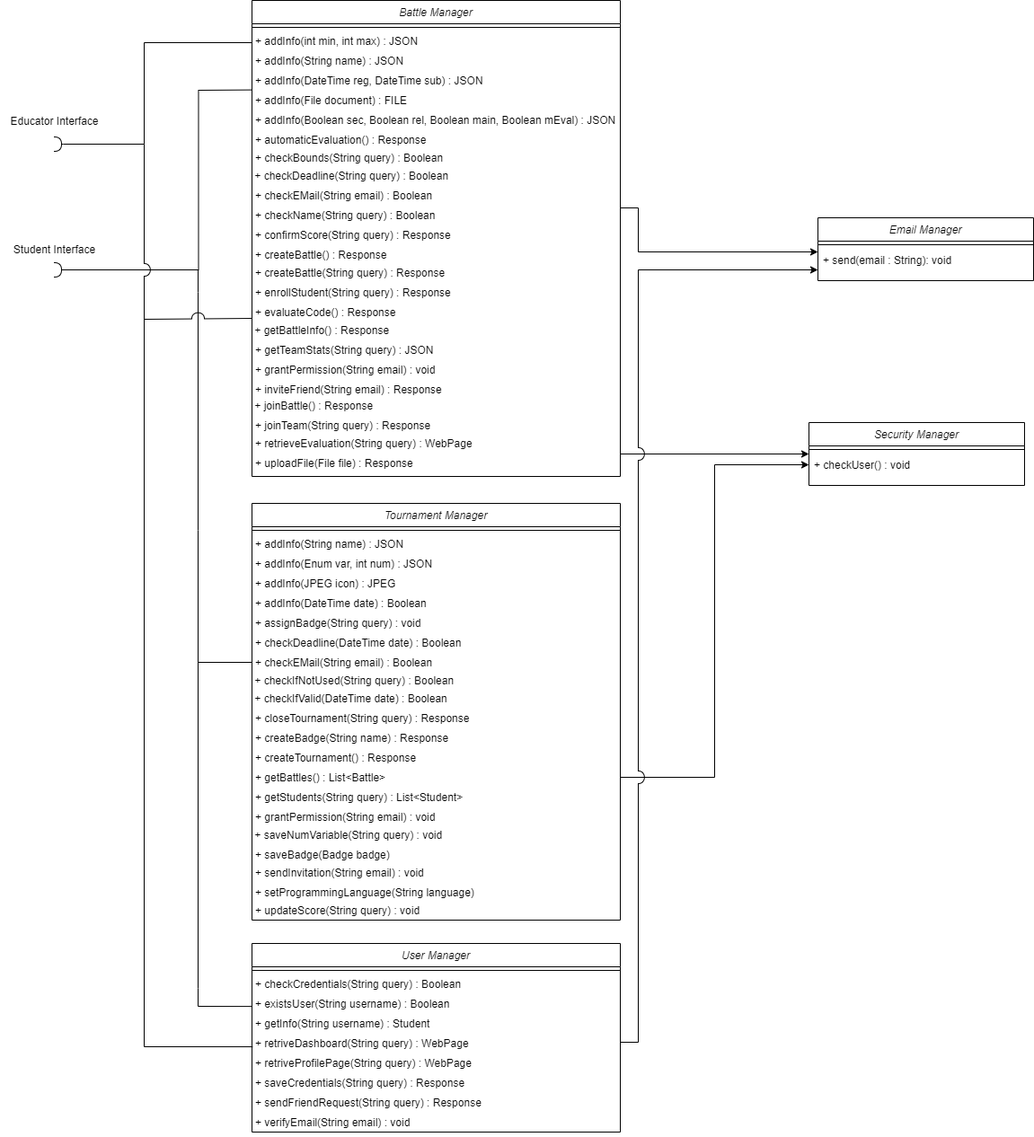
The draw.io diagram DD/Images/Diagrams/ComponentInterfaces.png in emanuelegreco29/SE2-GentiliGrecoGrilli, before a commit. Source tidied: cells renumbered, new cells last; positions are measured from the earlier drawing's top-left corner, leaving out a move shared by most shapes.
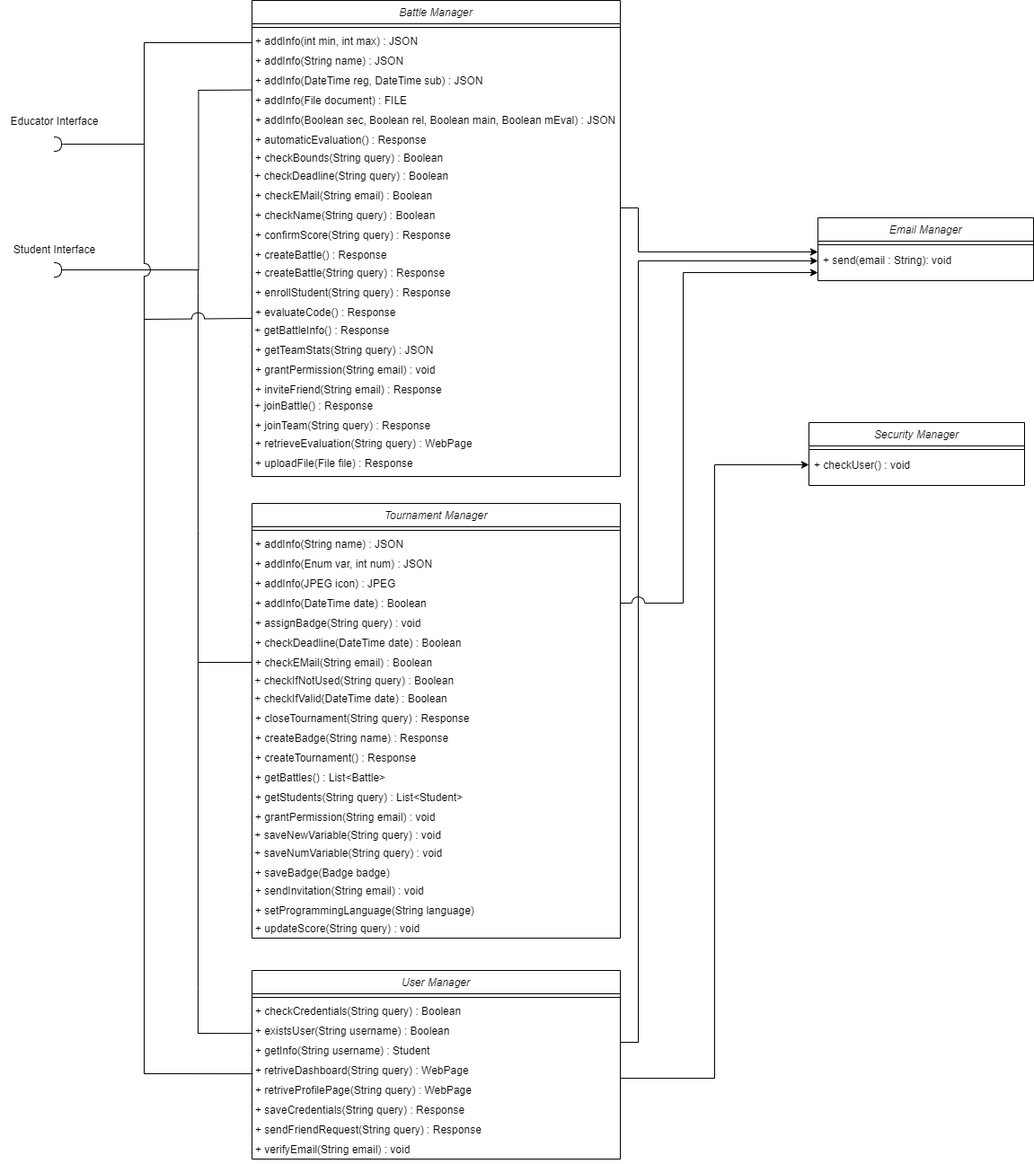
Later version of the same file.

Diff of the diagram source:
```diff
@@ -2,8 +2,15 @@
   <root>
     <mxCell id="0" />
     <mxCell id="1" parent="0" />
-    <mxCell id="2" style="edgeStyle=orthogonalEdgeStyle;rounded=0;jettySize=auto;html=1;exitX=1;exitY=0.5;exitDx=0;exitDy=0;entryX=0;entryY=0.5;entryDx=0;entryDy=0;" parent="1" edge="1" source="64" target="49">
-      <mxGeometry relative="1" as="geometry" />
+    <mxCell id="2" style="edgeStyle=orthogonalEdgeStyle;rounded=0;jettySize=auto;html=1;entryX=0;entryY=0.5;entryDx=0;entryDy=0;" parent="1" edge="1" target="49">
+      <mxGeometry relative="1" as="geometry">
+        <mxPoint x="690" y="1200" as="sourcePoint" />
+        <Array as="points">
+          <mxPoint x="690" y="1200" />
+          <mxPoint x="795" y="1200" />
+          <mxPoint x="795" y="517" />
+        </Array>
+      </mxGeometry>
     </mxCell>
     <mxCell id="3" style="rounded=0;orthogonalLoop=1;jettySize=auto;html=1;endArrow=halfCircle;endFill=0;endSize=6;strokeWidth=1;sketch=0;fontSize=12;exitX=0;exitY=0.5;exitDx=0;exitDy=0;strokeColor=default;" parent="1" edge="1">
       <mxGeometry relative="1" as="geometry">
@@ -136,7 +143,7 @@
       </mxGeometry>
     </mxCell>
     <mxCell id="37" value="User Manager" style="swimlane;fontStyle=2;align=center;verticalAlign=top;horizontal=1;startSize=26;rounded=0;shadow=0;strokeWidth=1;" parent="1" vertex="1">
-      <mxGeometry x="280" y="1050" width="410" height="210" as="geometry" />
+      <mxGeometry x="280" y="1080" width="410" height="210" as="geometry" />
     </mxCell>
     <mxCell id="38" style="line;html=1;strokeWidth=1;align=left;verticalAlign=middle;spacingTop=-1;spacingLeft=3;spacingRight=3;labelPosition=right;" parent="37" vertex="1">
       <mxGeometry y="26" width="410" height="8" as="geometry" />
@@ -175,7 +182,7 @@
       <mxGeometry y="34" width="240" height="26" as="geometry" />
     </mxCell>
     <mxCell id="50" value="Tournament Manager" style="swimlane;fontStyle=2;align=center;verticalAlign=top;horizontal=1;startSize=26;rounded=0;shadow=0;strokeWidth=1;" parent="1" vertex="1">
-      <mxGeometry x="280" y="560" width="410" height="464" as="geometry" />
+      <mxGeometry x="280" y="560" width="410" height="484" as="geometry" />
     </mxCell>
     <mxCell id="51" style="line;html=1;strokeWidth=1;align=left;verticalAlign=middle;spacingTop=-1;spacingLeft=3;spacingRight=3;labelPosition=right;" parent="50" vertex="1">
       <mxGeometry y="26" width="410" height="8" as="geometry" />
@@ -225,20 +232,23 @@
     <mxCell id="66" value="+ grantPermission(String email) : void" style="text;align=left;verticalAlign=top;spacingLeft=4;spacingRight=4;overflow=hidden;spacing=0;" parent="50" vertex="1">
       <mxGeometry y="338" width="410" height="22" as="geometry" />
     </mxCell>
+    <mxCell id="78" value="&amp;nbsp;+ saveNewVariable(String query) : void" style="text;html=1;align=left;verticalAlign=middle;strokeColor=none;fillColor=none;spacing=0;" parent="50" vertex="1">
+      <mxGeometry y="360" width="410" height="20" as="geometry" />
+    </mxCell>
     <mxCell id="67" value="&amp;nbsp;+ saveNumVariable(String query) : void" style="text;html=1;align=left;verticalAlign=middle;strokeColor=none;fillColor=none;spacing=0;" parent="50" vertex="1">
-      <mxGeometry y="360" width="410" height="20" as="geometry" />
+      <mxGeometry y="380" width="410" height="20" as="geometry" />
     </mxCell>
     <mxCell id="68" value="+ saveBadge(Badge badge)" style="text;align=left;verticalAlign=top;spacingLeft=4;spacingRight=4;overflow=hidden;spacing=0;" parent="50" vertex="1">
-      <mxGeometry y="380" width="410" height="20" as="geometry" />
+      <mxGeometry y="400" width="410" height="20" as="geometry" />
     </mxCell>
     <mxCell id="69" value="+ sendInvitation(String email) : void" style="text;align=left;verticalAlign=top;spacingLeft=4;spacingRight=4;overflow=hidden;spacing=0;" parent="50" vertex="1">
-      <mxGeometry y="400" width="410" height="22" as="geometry" />
+      <mxGeometry y="420" width="410" height="22" as="geometry" />
     </mxCell>
     <mxCell id="70" value="+ setProgrammingLanguage(String language)" style="text;align=left;verticalAlign=top;spacingLeft=4;spacingRight=4;overflow=hidden;spacing=0;" parent="50" vertex="1">
-      <mxGeometry y="422" width="410" height="20" as="geometry" />
+      <mxGeometry y="442" width="410" height="20" as="geometry" />
     </mxCell>
     <mxCell id="71" value="+ updateScore(String query) : void" style="text;align=left;verticalAlign=top;spacingLeft=4;spacingRight=4;overflow=hidden;spacing=0;" parent="50" vertex="1">
-      <mxGeometry y="442" width="410" height="22" as="geometry" />
+      <mxGeometry y="462" width="410" height="22" as="geometry" />
     </mxCell>
     <mxCell id="72" style="edgeStyle=orthogonalEdgeStyle;rounded=0;jettySize=auto;html=1;exitX=1;exitY=0.5;exitDx=0;exitDy=0;entryX=0;entryY=0.192;entryDx=0;entryDy=0;entryPerimeter=0;" parent="1" edge="1" source="22" target="31">
       <mxGeometry relative="1" as="geometry">
@@ -249,19 +259,14 @@
         </Array>
       </mxGeometry>
     </mxCell>
-    <mxCell id="73" style="edgeStyle=orthogonalEdgeStyle;rounded=0;jettySize=auto;html=1;exitX=1;exitY=0.5;exitDx=0;exitDy=0;entryX=0;entryY=0.5;entryDx=0;entryDy=0;" parent="1" edge="1" source="6" target="47">
-      <mxGeometry relative="1" as="geometry">
-        <Array as="points">
-          <mxPoint x="690" y="505" />
-        </Array>
-      </mxGeometry>
-    </mxCell>
-    <mxCell id="74" style="edgeStyle=orthogonalEdgeStyle;rounded=0;jettySize=auto;html=1;entryX=0;entryY=0.923;entryDx=0;entryDy=0;entryPerimeter=0;jumpStyle=arc;jumpSize=14;exitX=1;exitY=0.5;exitDx=0;exitDy=0;" parent="1" edge="1" source="45" target="31">
+    <mxCell id="74" style="edgeStyle=orthogonalEdgeStyle;rounded=0;orthogonalLoop=1;jettySize=auto;html=1;jumpStyle=arc;jumpSize=14;" parent="1" edge="1">
       <mxGeometry relative="1" as="geometry">
+        <mxPoint x="690" y="1160" as="sourcePoint" />
+        <mxPoint x="910" y="290" as="targetPoint" />
         <Array as="points">
-          <mxPoint x="690" y="1160" />
           <mxPoint x="710" y="1160" />
-          <mxPoint x="710" y="300" />
+          <mxPoint x="710" y="290" />
+          <mxPoint x="910" y="290" />
         </Array>
       </mxGeometry>
     </mxCell>
@@ -272,7 +277,7 @@
       <mxGeometry relative="1" as="geometry">
         <mxPoint x="220" y="720" as="targetPoint" />
         <Array as="points">
-          <mxPoint x="220" y="1120" />
+          <mxPoint x="220" y="1150" />
           <mxPoint x="220" y="1100" />
         </Array>
       </mxGeometry>
@@ -281,9 +286,20 @@
       <mxGeometry relative="1" as="geometry">
         <mxPoint x="160" y="350" as="targetPoint" />
         <Array as="points">
-          <mxPoint x="160" y="1165" />
+          <mxPoint x="160" y="1195" />
         </Array>
       </mxGeometry>
     </mxCell>
+    <mxCell id="79" style="edgeStyle=orthogonalEdgeStyle;rounded=0;orthogonalLoop=1;jettySize=auto;html=1;exitX=1;exitY=0.5;exitDx=0;exitDy=0;jumpStyle=arc;jumpSize=14;entryX=0.001;entryY=1.05;entryDx=0;entryDy=0;entryPerimeter=0;" parent="1" edge="1">
+      <mxGeometry relative="1" as="geometry">
+        <mxPoint x="689.8" y="671" as="sourcePoint" />
+        <mxPoint x="910" y="303.3" as="targetPoint" />
+        <Array as="points">
+          <mxPoint x="760" y="671" />
+          <mxPoint x="760" y="303" />
+          <mxPoint x="910" y="303" />
+        </Array>
+      </mxGeometry>
+    </mxCell>
   </root>
 </mxGraphModel>
```
